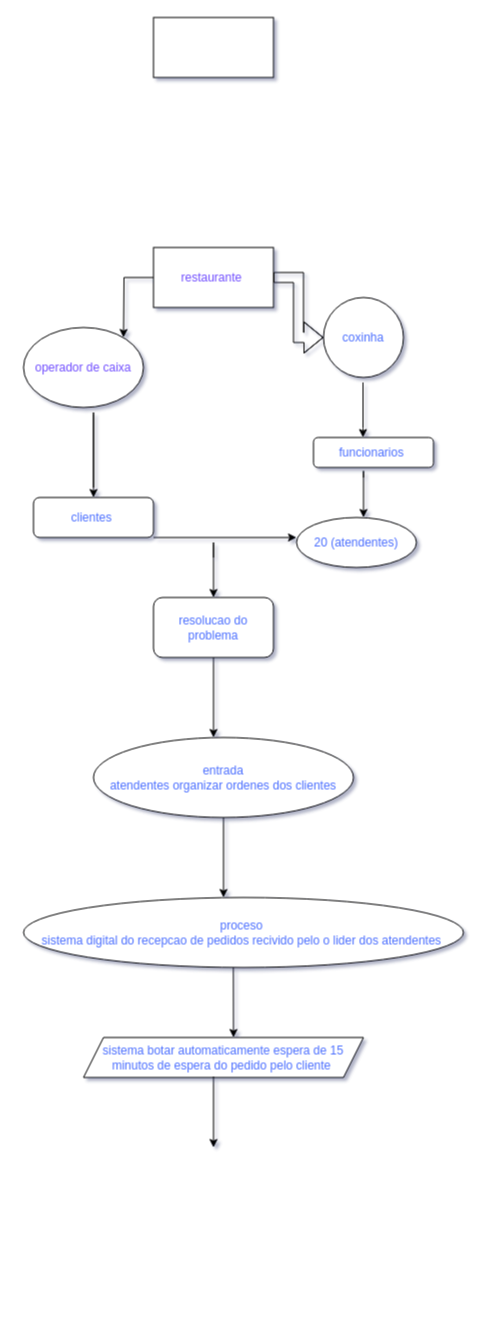
Before: restaurante.drawio in nork22/HTLM, a draw.io diagram. Source tidied: cells renumbered, new cells numbered last; positions are measured from the earlier drawing's top-left corner, leaving out a move shared by most shapes. Both pictures are drawn from the tidied source at 100%, with x=0, y=0 at pixel (23, 17).
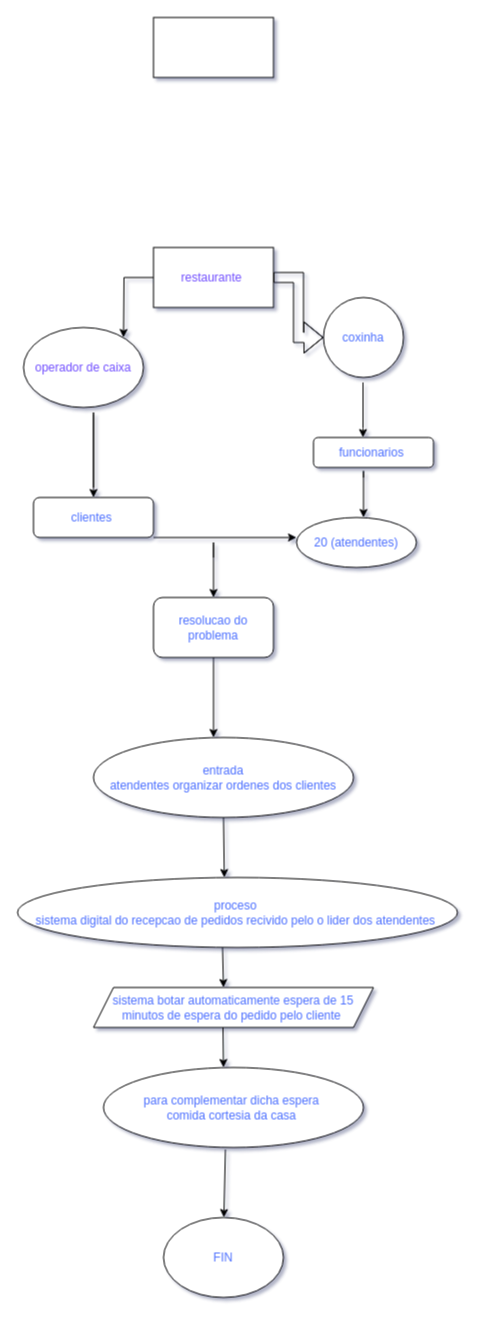
The same diagram, later.

The change refers to these unchanged cells:
```xml
<mxCell id="19" value="entrada&lt;br&gt;atendentes organizar ordenes dos clientes" style="ellipse;whiteSpace=wrap;html=1;fontColor=#4A6EFF;" parent="1" vertex="1">
  <mxGeometry x="70" y="720" width="260" height="80" as="geometry" />
</mxCell>
```

What changed in the source:
```diff
@@
-    <mxCell id="20" style="endArrow=classic;html=1;labelBackgroundColor=#3B3BFF;fontColor=#4A6EFF;" parent="1" edge="1" source="19">
-      <mxGeometry relative="1" as="geometry">
-        <mxPoint x="200" y="880" as="targetPoint" />
-      </mxGeometry>
+    <mxCell id="20" style="endArrow=classic;html=1;labelBackgroundColor=#3B3BFF;fontColor=#4A6EFF;entryX=0.47;entryY=0;entryDx=0;entryDy=0;entryPerimeter=0;" parent="1" edge="1" source="19" target="21">
+      <mxGeometry relative="1" as="geometry" />
     </mxCell>
     <mxCell id="21" value="proceso&amp;nbsp;&lt;br&gt;sistema digital do recepcao de pedidos recivido pelo o lider dos atendentes&amp;nbsp;" style="ellipse;whiteSpace=wrap;html=1;fontColor=#4A6EFF;" parent="1" vertex="1">
-      <mxGeometry y="880" width="440" height="70" as="geometry" />
+      <mxGeometry x="-6" y="860" width="440" height="70" as="geometry" />
     </mxCell>
     <mxCell id="22" value="sistema botar automaticamente espera de 15 minutos de espera do pedido pelo cliente&amp;nbsp;" style="shape=parallelogram;perimeter=parallelogramPerimeter;whiteSpace=wrap;html=1;fixedSize=1;fontColor=#4A6EFF;" parent="1" vertex="1">
-      <mxGeometry x="60" y="1020" width="280" height="40" as="geometry" />
+      <mxGeometry x="70" y="970" width="280" height="40" as="geometry" />
     </mxCell>
-    <mxCell id="23" style="endArrow=classic;html=1;labelBackgroundColor=#3B3BFF;fontColor=#4A6EFF;exitX=0.477;exitY=1;exitDx=0;exitDy=0;exitPerimeter=0;" parent="1" edge="1" source="21">
+    <mxCell id="23" style="endArrow=classic;html=1;labelBackgroundColor=#3B3BFF;fontColor=#4A6EFF;exitX=0.466;exitY=1;exitDx=0;exitDy=0;exitPerimeter=0;" parent="1" edge="1" source="21">
       <mxGeometry relative="1" as="geometry">
-        <mxPoint x="210" y="1020" as="targetPoint" />
+        <mxPoint x="200" y="970" as="targetPoint" />
       </mxGeometry>
     </mxCell>
     <mxCell id="24" style="endArrow=classic;html=1;labelBackgroundColor=#3B3BFF;fontColor=#4A6EFF;" parent="1" edge="1">
       <mxGeometry relative="1" as="geometry">
-        <mxPoint x="190" y="1059" as="sourcePoint" />
-        <mxPoint x="190" y="1130" as="targetPoint" />
+        <mxPoint x="199.5" y="1010" as="sourcePoint" />
+        <mxPoint x="200" y="1050" as="targetPoint" />
       </mxGeometry>
     </mxCell>
+    <mxCell id="25" value="para complementar dicha espera&amp;nbsp;&lt;br&gt;comida cortesia da casa&amp;nbsp;" style="ellipse;whiteSpace=wrap;html=1;fontColor=#4A6EFF;" parent="1" vertex="1">
+      <mxGeometry x="80" y="1050" width="260" height="80" as="geometry" />
+    </mxCell>
+    <mxCell id="26" style="endArrow=classic;html=1;labelBackgroundColor=#3B3BFF;fontColor=#4A6EFF;exitX=0.469;exitY=1.025;exitDx=0;exitDy=0;exitPerimeter=0;" parent="1" edge="1" source="25" target="27">
+      <mxGeometry relative="1" as="geometry" />
+    </mxCell>
+    <mxCell id="27" value="FIN" style="ellipse;whiteSpace=wrap;html=1;fontColor=#4F72FF;" parent="1" vertex="1">
+      <mxGeometry x="140" y="1200" width="120" height="80" as="geometry" />
+    </mxCell>
```
